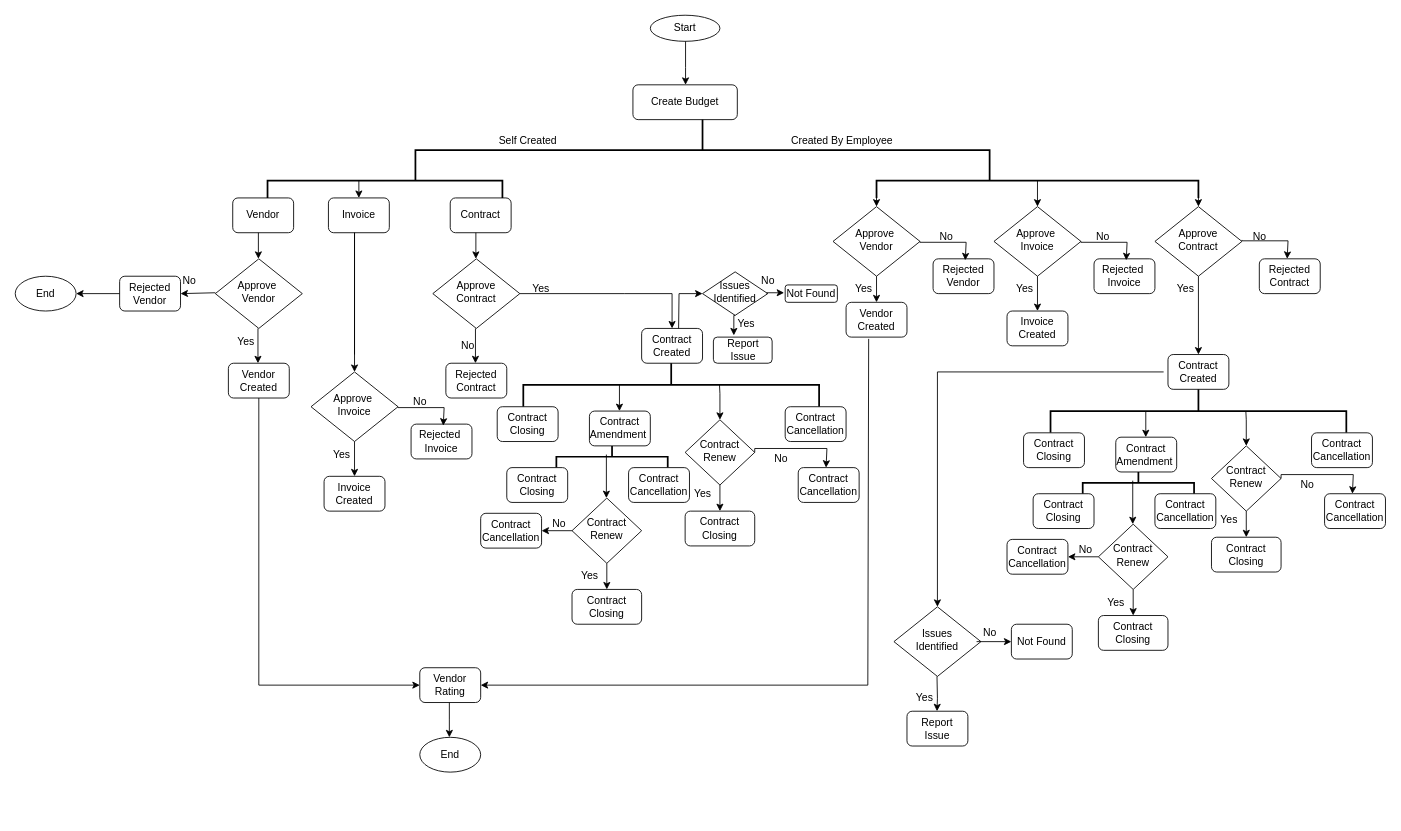
anjana732/Cv keeps this draw.io diagram as Untitled Diagram.drawio. Above is the earlier version. Source tidied: cells renumbered, new cells numbered last; positions are measured from the earlier drawing's top-left corner, leaving out a move shared by most shapes. Both pictures are drawn from the tidied source at 87%, with x=0, y=0 at pixel (15, 15).
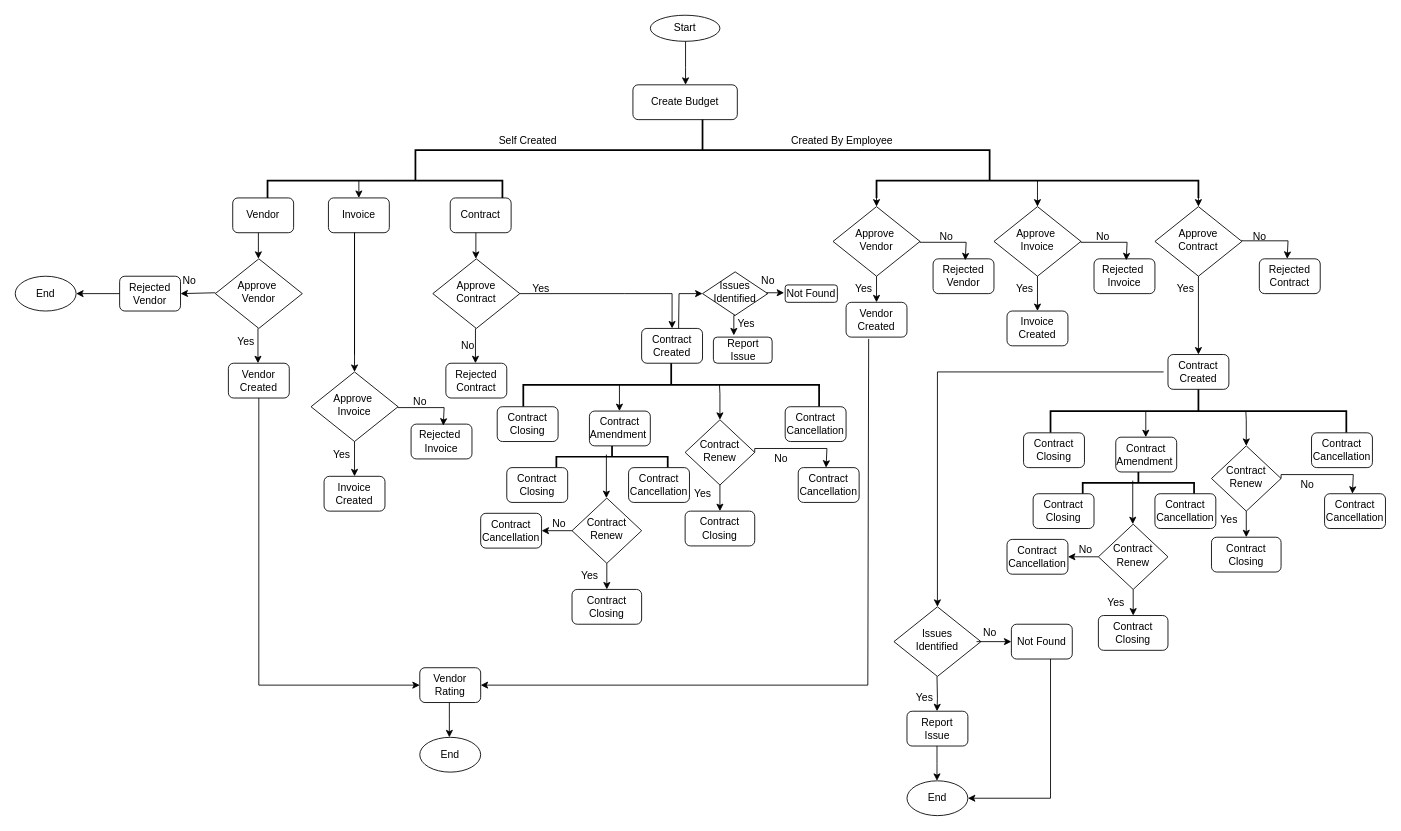
The same diagram, later.

The edit, as a diff of the source:
```diff
@@
+    <mxCell id="139" value="End" style="ellipse;whiteSpace=wrap;html=1;" parent="1" vertex="1">
+      <mxGeometry x="1025" y="880" width="70" height="40" as="geometry" />
+    </mxCell>
+    <mxCell id="140" style="endArrow=classic;html=1;rounded=0;" parent="1" edge="1">
+      <mxGeometry relative="1" as="geometry">
+        <mxPoint x="1059.5" y="840" as="sourcePoint" />
+        <mxPoint x="1059.5" y="880" as="targetPoint" />
+        <Array as="points">
+          <mxPoint x="1059.5" y="860" />
+        </Array>
+      </mxGeometry>
+    </mxCell>
+    <mxCell id="141" style="endArrow=classic;html=1;rounded=0;entryX=1;entryY=0.5;entryDx=0;entryDy=0;" parent="1" edge="1" target="139">
+      <mxGeometry relative="1" as="geometry">
+        <mxPoint x="1190" y="740" as="sourcePoint" />
+        <Array as="points">
+          <mxPoint x="1190" y="900" />
+        </Array>
+      </mxGeometry>
+    </mxCell>
```
